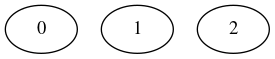
This is compo_connexes/graphviz/testGrapheToPartition.png from LilianHERTEL/Labyrinthe-parcours-en-C, a Graphviz export, as it was before one commit. Its source is kept beside it as compo_connexes/graphviz/testGrapheToPartition.dot. The source it was exported from:
```dot
graph testGrapheToPartition {
	graph [bb="0,0,198,36"];
	node [label="\N"];
	0	 [height=0.5,
		pos="27,18",
		width=0.75];
	1	 [height=0.5,
		pos="99,18",
		width=0.75];
	2	 [height=0.5,
		pos="171,18",
		width=0.75];
}
```
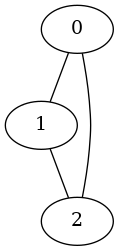
The same diagram one commit later.

The edit, as a diff of the source:
```diff
@@ -1,13 +1,16 @@
 graph testGrapheToPartition {
-	graph [bb="0,0,198,36"];
+	graph [bb="0,0,81,180"];
 	node [label="\N"];
 	0	 [height=0.5,
-		pos="27,18",
+		pos="54,162",
 		width=0.75];
 	1	 [height=0.5,
-		pos="99,18",
+		pos="27,90",
 		width=0.75];
+	0 -- 1	 [pos="47.326,144.2 43.141,133.04 37.768,118.71 33.597,107.59"];
 	2	 [height=0.5,
-		pos="171,18",
+		pos="54,18",
 		width=0.75];
+	0 -- 2	 [pos="57.747,144.09 59.747,133.62 61.997,120.12 63,108 64.32,92.055 64.32,87.945 63,72 61.997,59.876 59.747,46.376 57.747,35.907"];
+	1 -- 2	 [pos="33.674,72.202 37.859,61.042 43.232,46.714 47.403,35.593"];
 }
```
